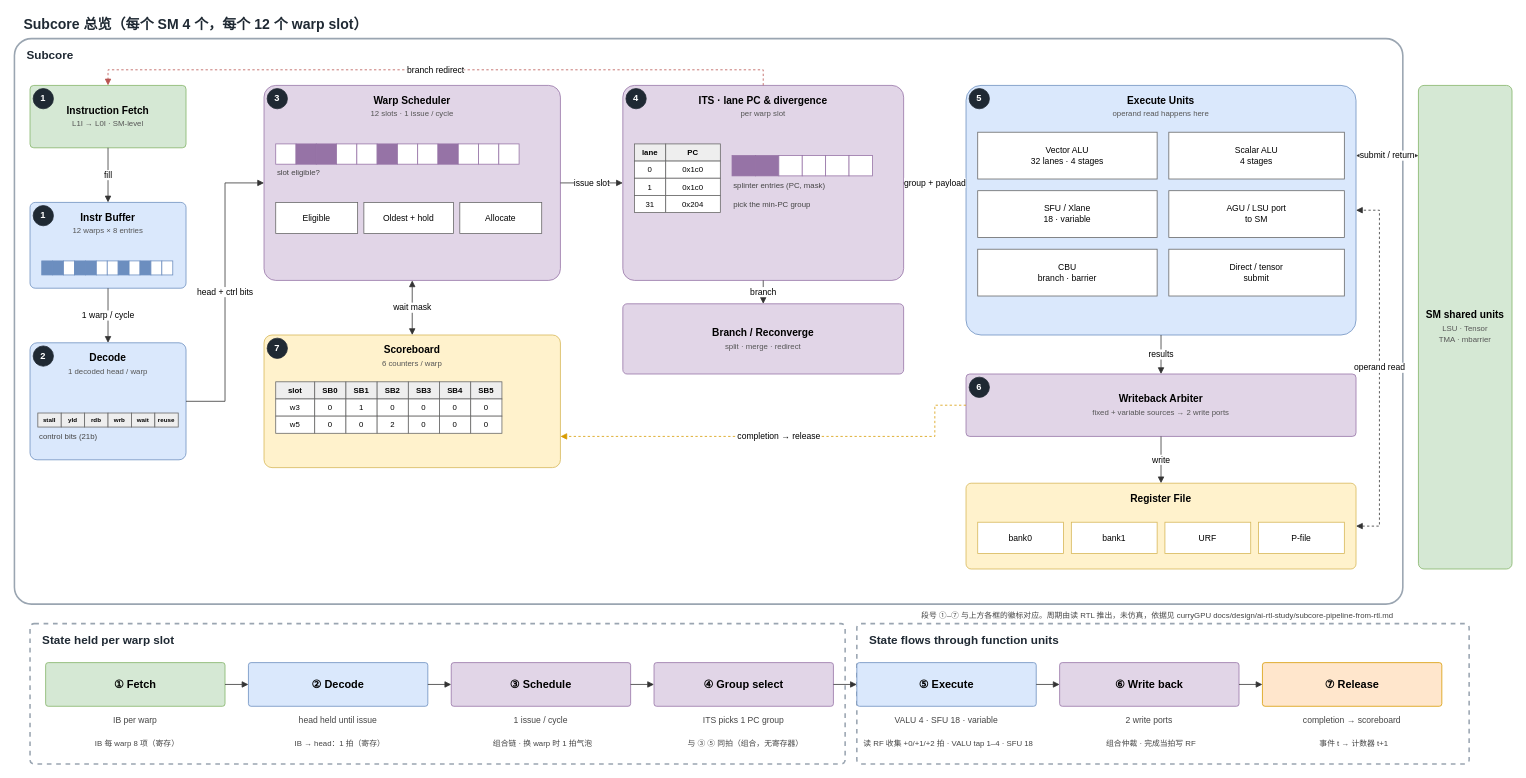
WHUDYF/PPT-generate keeps this draw.io diagram as projects/currygpu_subcore_ppt169_20261004/sources/00-subcore-overview.drawio. Above is the earlier version. Source tidied: cells renumbered, new cells numbered last; positions are measured from the earlier drawing's top-left corner, leaving out a move shared by most shapes. Both pictures are drawn from the tidied source at 78%, with x=0, y=0 at pixel (14, 13).
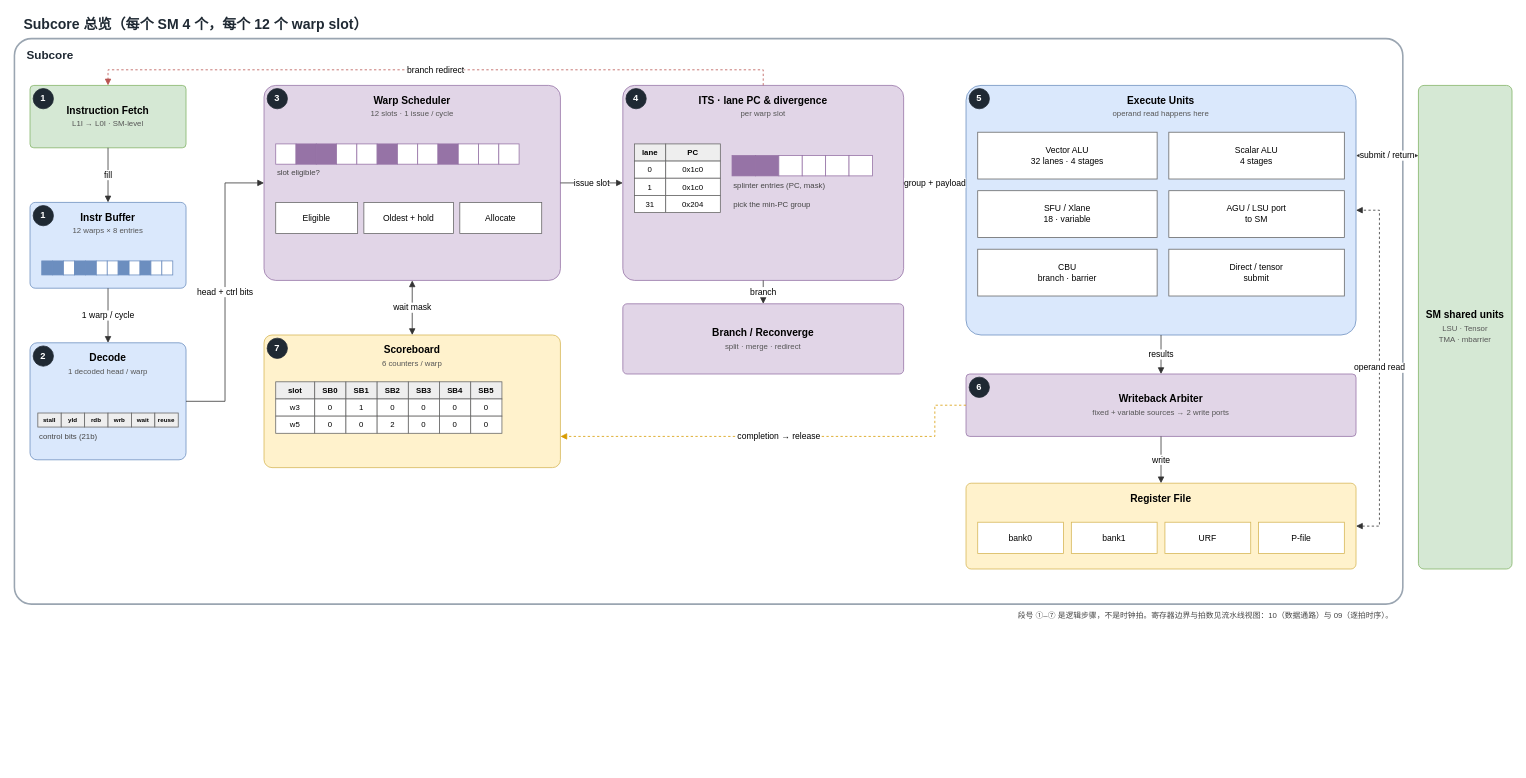
Above is the later version.

Commit message (it also covers changes not shown here):
Split subcore diagrams into architecture and pipeline views

Diff of the diagram source:
```diff
@@
-    <mxCell id="110" value="State held per warp slot" style="rounded=1;arcSize=3;whiteSpace=wrap;html=1;fillColor=none;strokeColor=#9AA5B1;strokeWidth=2;verticalAlign=top;align=left;spacingLeft=14;spacingTop=6;fontSize=15;fontStyle=1;fontColor=#1F2933;dashed=1;" parent="1" vertex="1">
-      <mxGeometry x="20" y="782" width="1045" height="180" as="geometry" />
-    </mxCell>
-    <mxCell id="111" value="State flows through function units" style="rounded=1;arcSize=3;whiteSpace=wrap;html=1;fillColor=none;strokeColor=#9AA5B1;strokeWidth=2;verticalAlign=top;align=left;spacingLeft=14;spacingTop=6;fontSize=15;fontStyle=1;fontColor=#1F2933;dashed=1;" parent="1" vertex="1">
-      <mxGeometry x="1080" y="782" width="785" height="180" as="geometry" />
-    </mxCell>
-    <mxCell id="112" value="① Fetch" style="rounded=1;arcSize=6;whiteSpace=wrap;html=1;fillColor=#D5E8D4;strokeColor=#82B366;fontSize=14;fontStyle=1;" parent="1" vertex="1">
-      <mxGeometry x="40" y="832" width="230" height="56" as="geometry" />
-    </mxCell>
-    <mxCell id="113" value="IB per warp" style="text;html=1;align=center;verticalAlign=middle;whiteSpace=wrap;fontSize=11;fontColor=#444444;" parent="1" vertex="1">
-      <mxGeometry x="40" y="894" width="230" height="24" as="geometry" />
-    </mxCell>
-    <mxCell id="114" value="② Decode" style="rounded=1;arcSize=6;whiteSpace=wrap;html=1;fillColor=#DAE8FC;strokeColor=#6C8EBF;fontSize=14;fontStyle=1;" parent="1" vertex="1">
-      <mxGeometry x="300" y="832" width="230" height="56" as="geometry" />
-    </mxCell>
-    <mxCell id="115" value="head held until issue" style="text;html=1;align=center;verticalAlign=middle;whiteSpace=wrap;fontSize=11;fontColor=#444444;" parent="1" vertex="1">
-      <mxGeometry x="300" y="894" width="230" height="24" as="geometry" />
-    </mxCell>
-    <mxCell id="116" value="③ Schedule" style="rounded=1;arcSize=6;whiteSpace=wrap;html=1;fillColor=#E1D5E7;strokeColor=#9673A6;fontSize=14;fontStyle=1;" parent="1" vertex="1">
-      <mxGeometry x="560" y="832" width="230" height="56" as="geometry" />
-    </mxCell>
-    <mxCell id="117" value="1 issue / cycle" style="text;html=1;align=center;verticalAlign=middle;whiteSpace=wrap;fontSize=11;fontColor=#444444;" parent="1" vertex="1">
-      <mxGeometry x="560" y="894" width="230" height="24" as="geometry" />
-    </mxCell>
-    <mxCell id="118" value="④ Group select" style="rounded=1;arcSize=6;whiteSpace=wrap;html=1;fillColor=#E1D5E7;strokeColor=#9673A6;fontSize=14;fontStyle=1;" parent="1" vertex="1">
-      <mxGeometry x="820" y="832" width="230" height="56" as="geometry" />
-    </mxCell>
-    <mxCell id="119" value="ITS picks 1 PC group" style="text;html=1;align=center;verticalAlign=middle;whiteSpace=wrap;fontSize=11;fontColor=#444444;" parent="1" vertex="1">
-      <mxGeometry x="820" y="894" width="230" height="24" as="geometry" />
-    </mxCell>
-    <mxCell id="120" value="⑤ Execute" style="rounded=1;arcSize=6;whiteSpace=wrap;html=1;fillColor=#DAE8FC;strokeColor=#6C8EBF;fontSize=14;fontStyle=1;" parent="1" vertex="1">
-      <mxGeometry x="1080" y="832" width="230" height="56" as="geometry" />
-    </mxCell>
-    <mxCell id="121" value="VALU 4 · SFU 18 · variable" style="text;html=1;align=center;verticalAlign=middle;whiteSpace=wrap;fontSize=11;fontColor=#444444;" parent="1" vertex="1">
-      <mxGeometry x="1080" y="894" width="230" height="24" as="geometry" />
-    </mxCell>
-    <mxCell id="122" value="⑥ Write back" style="rounded=1;arcSize=6;whiteSpace=wrap;html=1;fillColor=#E1D5E7;strokeColor=#9673A6;fontSize=14;fontStyle=1;" parent="1" vertex="1">
-      <mxGeometry x="1340" y="832" width="230" height="56" as="geometry" />
-    </mxCell>
-    <mxCell id="123" value="2 write ports" style="text;html=1;align=center;verticalAlign=middle;whiteSpace=wrap;fontSize=11;fontColor=#444444;" parent="1" vertex="1">
-      <mxGeometry x="1340" y="894" width="230" height="24" as="geometry" />
-    </mxCell>
-    <mxCell id="124" value="⑦ Release" style="rounded=1;arcSize=6;whiteSpace=wrap;html=1;fillColor=#FFE6CC;strokeColor=#D79B00;fontSize=14;fontStyle=1;" parent="1" vertex="1">
-      <mxGeometry x="1600" y="832" width="230" height="56" as="geometry" />
-    </mxCell>
-    <mxCell id="125" value="completion → scoreboard" style="text;html=1;align=center;verticalAlign=middle;whiteSpace=wrap;fontSize=11;fontColor=#444444;" parent="1" vertex="1">
-      <mxGeometry x="1600" y="894" width="230" height="24" as="geometry" />
-    </mxCell>
-    <mxCell id="126" style="edgeStyle=orthogonalEdgeStyle;rounded=0;html=1;endArrow=block;endFill=1;strokeColor=#333333;fontSize=11;labelBackgroundColor=#FFFFFF;" parent="1" edge="1" source="112" target="114">
-      <mxGeometry relative="1" as="geometry" />
-    </mxCell>
-    <mxCell id="127" style="edgeStyle=orthogonalEdgeStyle;rounded=0;html=1;endArrow=block;endFill=1;strokeColor=#333333;fontSize=11;labelBackgroundColor=#FFFFFF;" parent="1" edge="1" source="114" target="116">
-      <mxGeometry relative="1" as="geometry" />
-    </mxCell>
-    <mxCell id="128" style="edgeStyle=orthogonalEdgeStyle;rounded=0;html=1;endArrow=block;endFill=1;strokeColor=#333333;fontSize=11;labelBackgroundColor=#FFFFFF;" parent="1" edge="1" source="116" target="118">
-      <mxGeometry relative="1" as="geometry" />
-    </mxCell>
-    <mxCell id="129" style="edgeStyle=orthogonalEdgeStyle;rounded=0;html=1;endArrow=block;endFill=1;strokeColor=#333333;fontSize=11;labelBackgroundColor=#FFFFFF;" parent="1" edge="1" source="118" target="120">
-      <mxGeometry relative="1" as="geometry" />
-    </mxCell>
-    <mxCell id="130" style="edgeStyle=orthogonalEdgeStyle;rounded=0;html=1;endArrow=block;endFill=1;strokeColor=#333333;fontSize=11;labelBackgroundColor=#FFFFFF;" parent="1" edge="1" source="120" target="122">
-      <mxGeometry relative="1" as="geometry" />
-    </mxCell>
-    <mxCell id="131" style="edgeStyle=orthogonalEdgeStyle;rounded=0;html=1;endArrow=block;endFill=1;strokeColor=#333333;fontSize=11;labelBackgroundColor=#FFFFFF;" parent="1" edge="1" source="122" target="124">
-      <mxGeometry relative="1" as="geometry" />
-    </mxCell>
@@
-    <mxCell id="140" value="IB 每 warp 8 项（寄存）" style="text;html=1;align=center;verticalAlign=middle;whiteSpace=wrap;fontSize=10;fontColor=#444444;" parent="1" vertex="1">
-      <mxGeometry x="40" y="918" width="235" height="36" as="geometry" />
-    </mxCell>
-    <mxCell id="141" value="IB → head：1 拍（寄存）" style="text;html=1;align=center;verticalAlign=middle;whiteSpace=wrap;fontSize=10;fontColor=#444444;" parent="1" vertex="1">
-      <mxGeometry x="300" y="918" width="235" height="36" as="geometry" />
-    </mxCell>
-    <mxCell id="142" value="组合链 · 换 warp 时 1 拍气泡" style="text;html=1;align=center;verticalAlign=middle;whiteSpace=wrap;fontSize=10;fontColor=#444444;" parent="1" vertex="1">
-      <mxGeometry x="560" y="918" width="235" height="36" as="geometry" />
-    </mxCell>
-    <mxCell id="143" value="与 ③ ⑤ 同拍（组合，无寄存器）" style="text;html=1;align=center;verticalAlign=middle;whiteSpace=wrap;fontSize=10;fontColor=#444444;" parent="1" vertex="1">
-      <mxGeometry x="820" y="918" width="235" height="36" as="geometry" />
-    </mxCell>
-    <mxCell id="144" value="读 RF 收集 +0/+1/+2 拍 · VALU tap 1–4 · SFU 18" style="text;html=1;align=center;verticalAlign=middle;whiteSpace=wrap;fontSize=10;fontColor=#444444;" parent="1" vertex="1">
-      <mxGeometry x="1080" y="918" width="235" height="36" as="geometry" />
-    </mxCell>
-    <mxCell id="145" value="组合仲裁 · 完成当拍写 RF" style="text;html=1;align=center;verticalAlign=middle;whiteSpace=wrap;fontSize=10;fontColor=#444444;" parent="1" vertex="1">
-      <mxGeometry x="1340" y="918" width="235" height="36" as="geometry" />
-    </mxCell>
-    <mxCell id="146" value="事件 t → 计数器 t+1" style="text;html=1;align=center;verticalAlign=middle;whiteSpace=wrap;fontSize=10;fontColor=#444444;" parent="1" vertex="1">
-      <mxGeometry x="1600" y="918" width="235" height="36" as="geometry" />
-    </mxCell>
-    <mxCell id="147" value="段号 ①–⑦ 与上方各框的徽标对应。周期由读 RTL 推出，未仿真，依据见 curryGPU docs/design/ai-rtl-study/subcore-pipeline-from-rtl.md" style="text;html=1;align=right;verticalAlign=middle;whiteSpace=wrap;fontSize=10;fontColor=#444444;" parent="1" vertex="1">
+    <mxCell id="147" value="段号 ①–⑦ 是逻辑步骤，不是时钟拍。寄存器边界与拍数见流水线视图：10（数据通路）与 09（逐拍时序）。" style="text;html=1;align=right;verticalAlign=middle;whiteSpace=wrap;fontSize=10;fontColor=#444444;" parent="1" vertex="1">
       <mxGeometry x="590" y="762" width="1180" height="18" as="geometry" />
     </mxCell>
```
